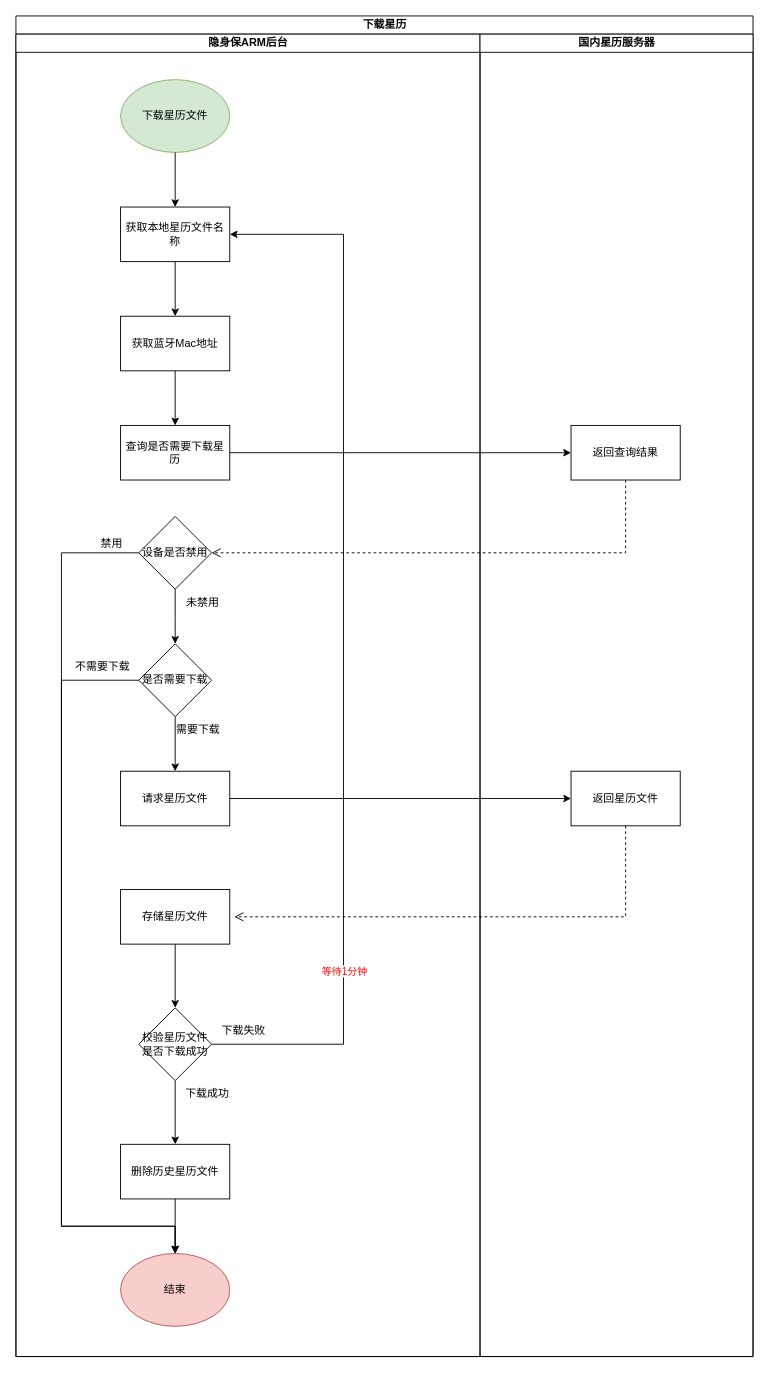
Above: page "下载星历文件" (26 of 27) of 隐身保arm版-业务流程-V1.0-20221028-1.drawio in kyphoon/ysb_drawio_tree (draw.io), before the change. Source tidied: cells renumbered, new cells numbered last; positions are measured from the earlier drawing's top-left corner, leaving out a move shared by most shapes. Both pictures are drawn from the tidied source at 91%, with x=0, y=0 at pixel (15, 15).
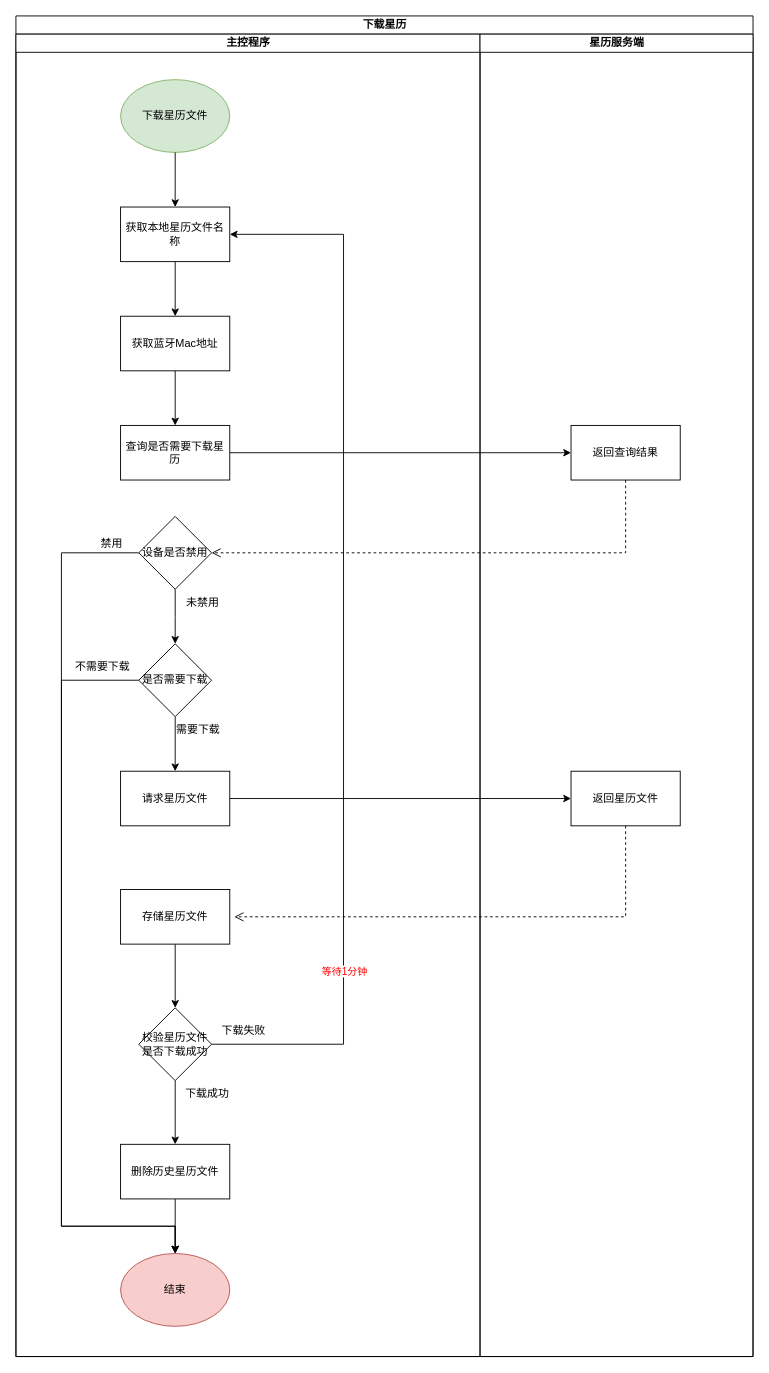
The same page after the edit.

Unchanged cells that the change refers to:
```xml
<mxCell id="2" value="下载星历" style="swimlane;startSize=20;html=1;" parent="1" vertex="1">
  <mxGeometry width="810" height="1473.2" as="geometry" />
</mxCell>
```

Diff of the diagram source:
```diff
@@
-    <mxCell id="3" value="隐身保ARM后台" style="swimlane;startSize=20;html=1;" parent="2" vertex="1">
+    <mxCell id="3" value="主控程序" style="swimlane;startSize=20;html=1;" parent="2" vertex="1">
       <mxGeometry y="20" width="510" height="1453.2" as="geometry" />
     </mxCell>
@@
-    <mxCell id="33" value="国内星历服务器" style="swimlane;startSize=20;html=1;" parent="2" vertex="1">
+    <mxCell id="33" value="星历服务端" style="swimlane;startSize=20;html=1;" parent="2" vertex="1">
       <mxGeometry x="510" y="20" width="300" height="1453.2" as="geometry" />
     </mxCell>
```
